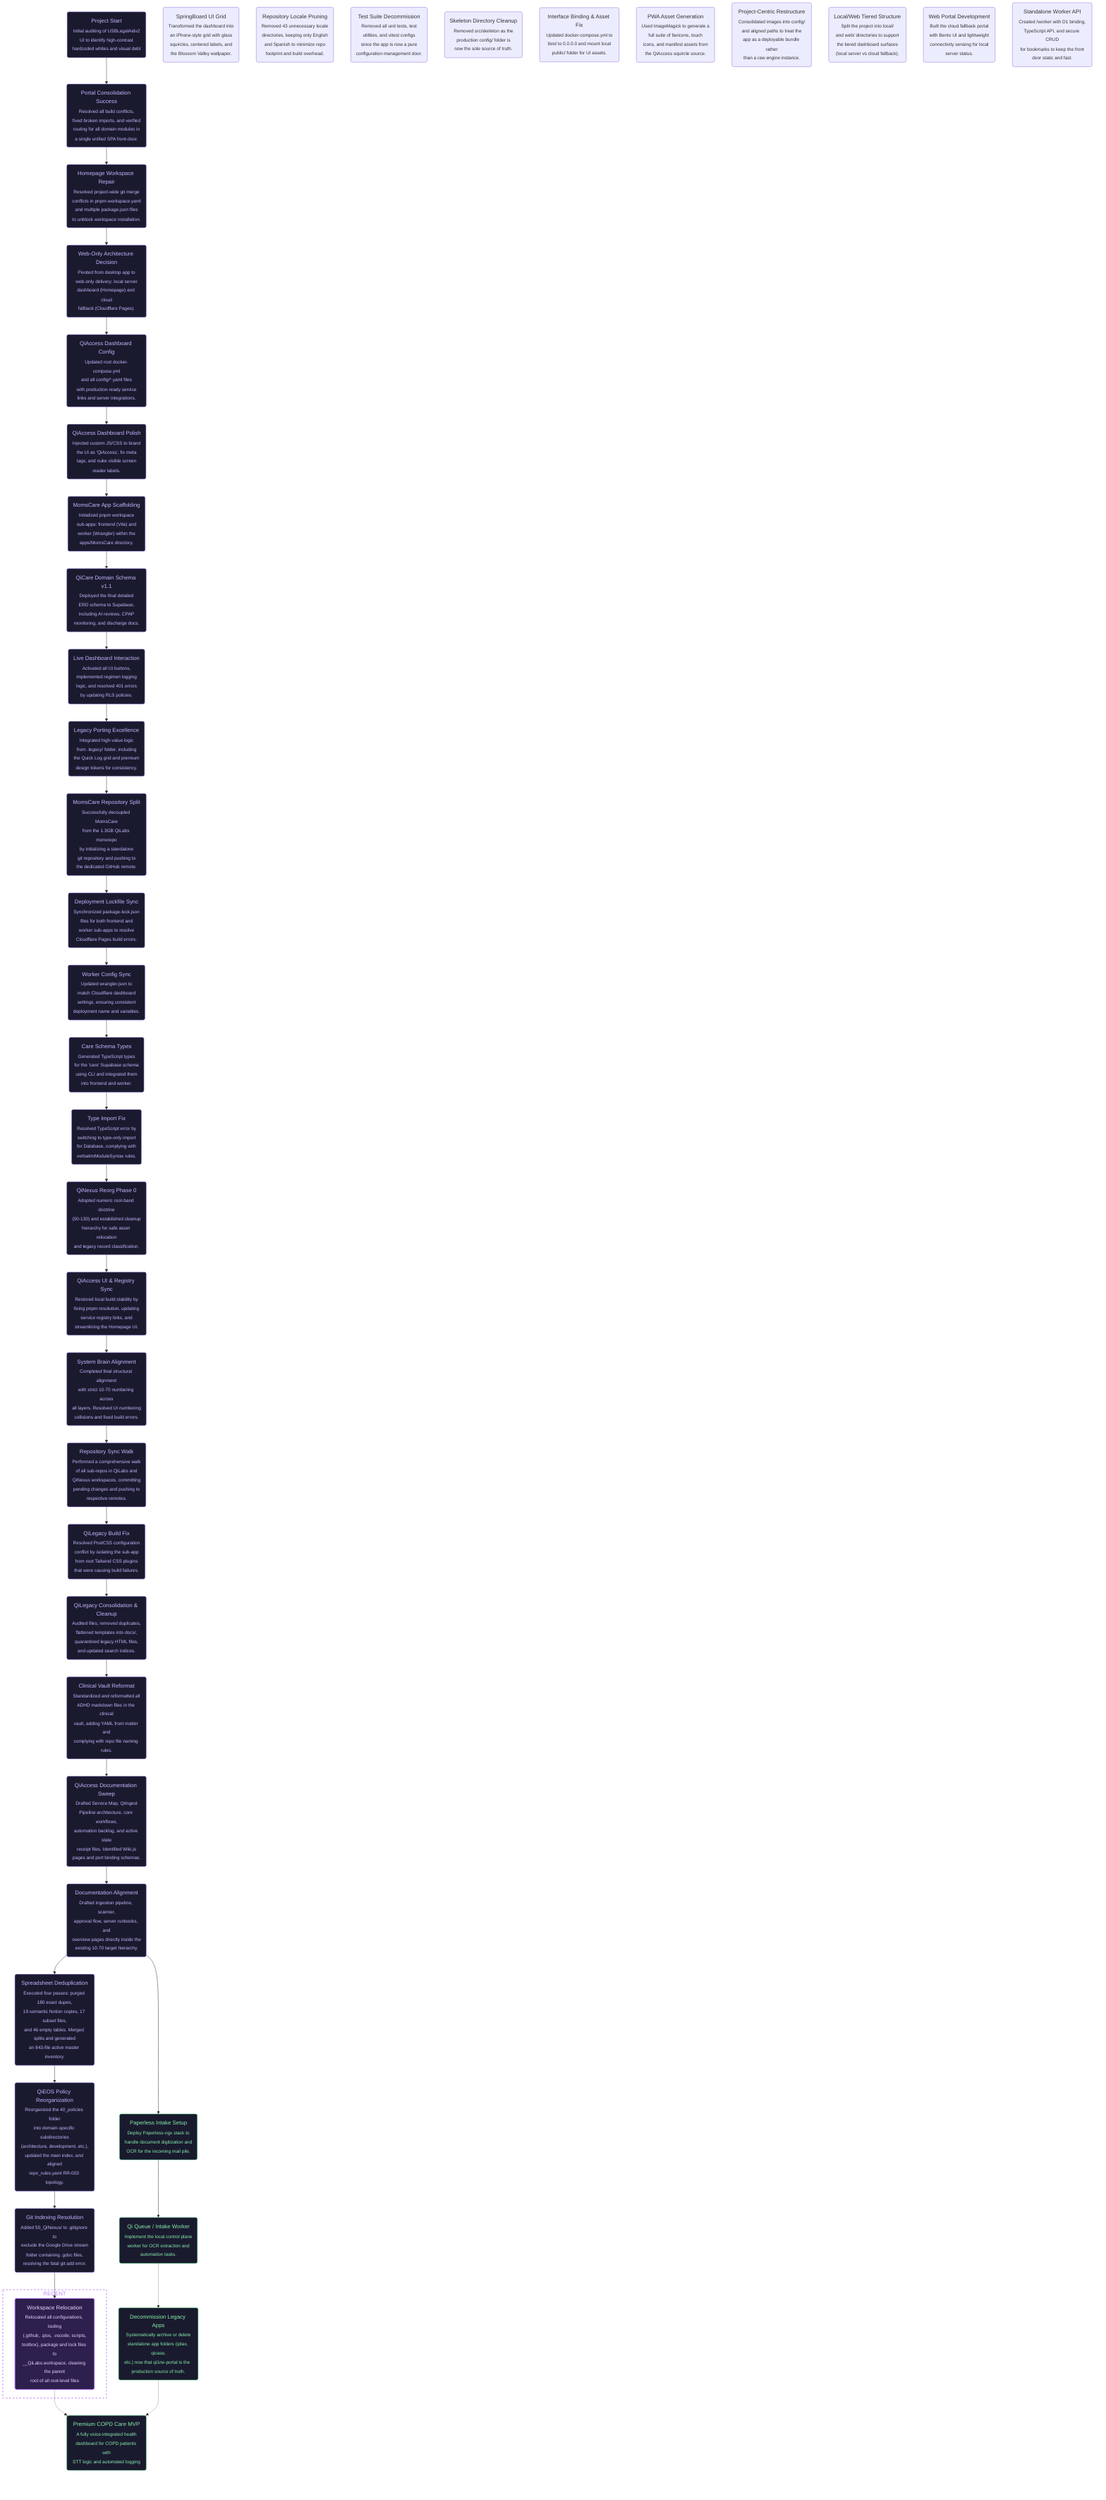
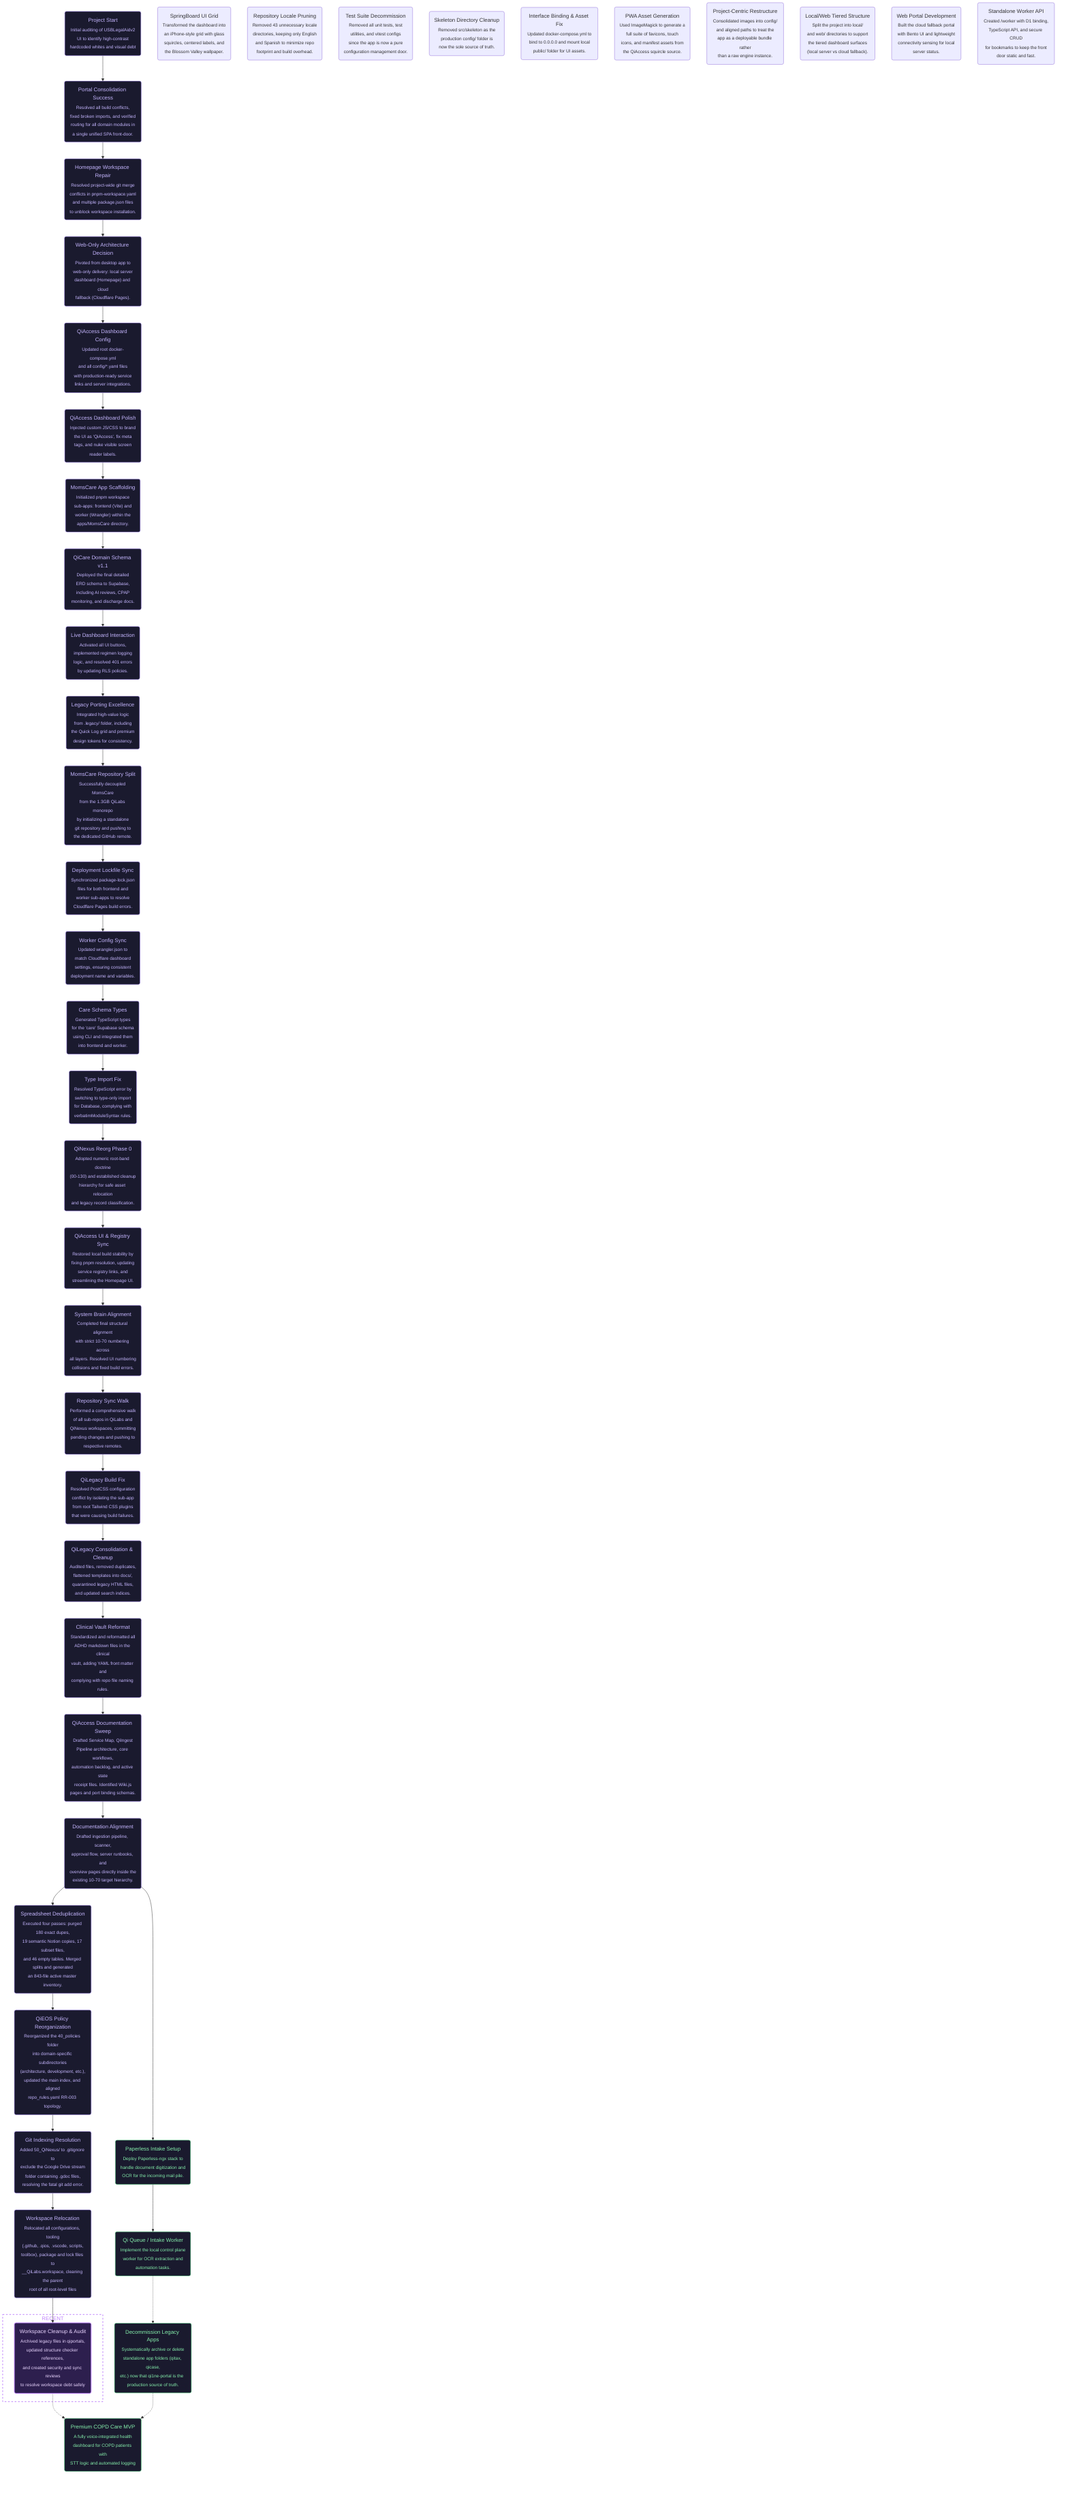
flowchart TD
    %% === PROJECT GOALS ===
    %% Ultimate Goal: Premium Glassmorphic COPD Care MVP (QiHome / Mom Care)
    %% Current Goal: MomsCare MVP Development (Today Screen + Schema)

    %% === START ===
    %% @project_start [start, closed, 2026-04-04, nam]
    project_start("Project Start<br/><sub>Initial auditing of USBLegalAidv2<br/>UI to identify high-contrast<br/>hardcoded whites and visual debt</sub>")

    %% @ultimate_goal [end, opened, 2026-04-09, nam]
    ultimate_goal("Premium COPD Care MVP<br/><sub>A fully voice-integrated health<br/>dashboard for COPD patients with<br/>STT logic and automated logging</sub>")

    %% === COMPLETED WORK ===
    %% @consolidation_success [ai-task, closed, 2026-04-19, nam]
    consolidation_success("Portal Consolidation Success<br/><sub>Resolved all build conflicts,<br/>fixed broken imports, and verified<br/>routing for all domain modules in<br/>a single unified SPA front-door.</sub>")

    %% @homepage_setup [ai-task, closed, 2026-04-21, nam]
    homepage_setup("Homepage Workspace Repair<br/><sub>Resolved project-wide git merge<br/>conflicts in pnpm-workspace.yaml<br/>and multiple package.json files<br/>to unblock workspace installation.</sub>")

    %% @web_only_decision [human-task, closed, 2026-04-21, user]
    web_only_decision("Web-Only Architecture Decision<br/><sub>Pivoted from desktop app to<br/>web-only delivery: local server<br/>dashboard (Homepage) and cloud<br/>fallback (Cloudflare Pages).</sub>")

    %% @homepage_config [ai-task, closed, 2026-04-21, nam]
    homepage_config("QiAccess Dashboard Config<br/><sub>Updated root docker-compose.yml<br/>and all config/*.yaml files<br/>with production-ready service<br/>links and server integrations.</sub>")

    %% @homepage_polish [ai-task, closed, 2026-04-21, nam]
    homepage_polish("QiAccess Dashboard Polish<br/><sub>Injected custom JS/CSS to brand<br/>the UI as 'QiAccess', fix meta<br/>tags, and nuke visible screen<br/>reader labels.</sub>")

    %% @springboard_ui [ai-task, closed, 2026-04-21, nam]
    springboard_ui("SpringBoard UI Grid<br/><sub>Transformed the dashboard into<br/>an iPhone-style grid with glass<br/>squircles, centered labels, and<br/>the Blossom Valley wallpaper.</sub>")

    %% @repo_pruning [ai-task, closed, 2026-04-21, nam]
    repo_pruning("Repository Locale Pruning<br/><sub>Removed 43 unnecessary locale<br/>directories, keeping only English<br/>and Spanish to minimize repo<br/>footprint and build overhead.</sub>")

    %% @test_pruning [ai-task, closed, 2026-04-21, nam]
    test_pruning("Test Suite Decommission<br/><sub>Removed all unit tests, test<br/>utilities, and vitest configs<br/>since the app is now a pure<br/>configuration management door.</sub>")

    %% @skeleton_removal [ai-task, closed, 2026-04-21, nam]
    skeleton_removal("Skeleton Directory Cleanup<br/><sub>Removed src/skeleton as the<br/>production config/ folder is<br/>now the sole source of truth.</sub>")

    %% @compose_v3_fix [ai-task, closed, 2026-04-21, nam]
    compose_v3_fix("Interface Binding & Asset Fix<br/><sub>Updated docker-compose.yml to<br/>bind to 0.0.0.0 and mount local<br/>public/ folder for UI assets.</sub>")

    %% @pwa_asset_generation [ai-task, closed, 2026-04-21, nam]
    pwa_asset_generation("PWA Asset Generation<br/><sub>Used ImageMagick to generate a<br/>full suite of favicons, touch<br/>icons, and manifest assets from<br/>the QiAccess squircle source.</sub>")

    %% @project_centric_restructure [ai-task, closed, 2026-04-21, nam]
    project_centric_restructure("Project-Centric Restructure<br/><sub>Consolidated images into config/<br/>and aligned paths to treat the<br/>app as a deployable bundle rather<br/>than a raw engine instance.</sub>")

    %% @local_web_split [ai-task, closed, 2026-04-21, nam]
    local_web_split("Local/Web Tiered Structure<br/><sub>Split the project into local/<br/>and web/ directories to support<br/>the tiered dashboard surfaces<br/>(local server vs cloud fallback).</sub>")

    %% @web_portal_dev [ai-task, closed, 2026-04-21, nam]
    web_portal_dev("Web Portal Development<br/><sub>Built the cloud fallback portal<br/>with Bento UI and lightweight<br/>connectivity sensing for local<br/>server status.</sub>")

    %% @worker_api_dev [ai-task, closed, 2026-04-21, nam]
    worker_api_dev("Standalone Worker API<br/><sub>Created /worker with D1 binding,<br/>TypeScript API, and secure CRUD<br/>for bookmarks to keep the front<br/>door static and fast.</sub>")

    %% === COMPLETED WORK ===
    %% @moms_care_scaffold [ai-task, closed, 2026-04-21, nam]
    moms_care_scaffold("MomsCare App Scaffolding<br/><sub>Initialized pnpm workspace<br/>sub-apps: frontend (Vite) and<br/>worker (Wrangler) within the<br/>apps/MomsCare directory.</sub>")

    %% @moms_care_schema [ai-task, closed, 2026-04-21, nam]
    moms_care_schema("QiCare Domain Schema v1.1<br/><sub>Deployed the final detailed<br/>ERD schema to Supabase,<br/>including AI reviews, CPAP<br/>monitoring, and discharge docs.</sub>")

    %% @live_dashboard_interaction [ai-task, closed, 2026-04-21, nam]
    live_dashboard_interaction("Live Dashboard Interaction<br/><sub>Activated all UI buttons,<br/>implemented regimen logging<br/>logic, and resolved 401 errors<br/>by updating RLS policies.</sub>")

    %% @legacy_port [ai-task, closed, 2026-04-21, nam]
    legacy_port("Legacy Porting Excellence<br/><sub>Integrated high-value logic<br/>from .legacy/ folder, including<br/>the Quick Log grid and premium<br/>design tokens for consistency.</sub>")

    %% @momscare_repo_split [ai-task, closed, 2026-04-21, nam]
    momscare_repo_split("MomsCare Repository Split<br/><sub>Successfully decoupled MomsCare<br/>from the 1.3GB QiLabs monorepo<br/>by initializing a standalone<br/>git repository and pushing to<br/>the dedicated GitHub remote.</sub>")

    %% @deployment_lockfile_fix [ai-task, closed, 2026-04-21, nam]
    deployment_lockfile_fix("Deployment Lockfile Sync<br/><sub>Synchronized package-lock.json<br/>files for both frontend and<br/>worker sub-apps to resolve<br/>Cloudflare Pages build errors.</sub>")

    %% @worker_config_sync [ai-task, closed, 2026-04-21, nam]
    worker_config_sync("Worker Config Sync<br/><sub>Updated wrangler.json to<br/>match Cloudflare dashboard<br/>settings, ensuring consistent<br/>deployment name and variables.</sub>")

    %% @care_schema_types [ai-task, closed, 2026-04-21, nam]
    care_schema_types("Care Schema Types<br/><sub>Generated TypeScript types<br/>for the 'care' Supabase schema<br/>using CLI and integrated them<br/>into frontend and worker.</sub>")

    %% @type_import_fix [ai-task, closed, 2026-04-21, nam]
    type_import_fix("Type Import Fix<br/><sub>Resolved TypeScript error by<br/>switching to type-only import<br/>for Database, complying with<br/>verbatimModuleSyntax rules.</sub>")

    %% @qinexus_reorg_ph0 [ai-task, closed, 2026-05-10, antigravity]
    qinexus_reorg_ph0("QiNexus Reorg Phase 0<br/><sub>Adopted numeric root-band doctrine<br/>(00-130) and established cleanup<br/>hierarchy for safe asset relocation<br/>and legacy record classification.</sub>")

    %% @qiaccess_ui_repair [ai-task, closed, 2026-05-10, antigravity]
    qiaccess_ui_repair("QiAccess UI & Registry Sync<br/><sub>Restored local build stability by<br/>fixing pnpm resolution, updating<br/>service registry links, and<br/>streamlining the Homepage UI.</sub>")

    %% @brain_alignment_final [ai-task, closed, 2026-05-12, antigravity]
    brain_alignment_final("System Brain Alignment<br/><sub>Completed final structural alignment<br/>with strict 10-70 numbering across<br/>all layers. Resolved UI numbering<br/>collisions and fixed build errors.</sub>")

    %% === COMPLETED WORK ===
    %% @repo_sync_walk [ai-task, closed, 2026-05-15, antigravity]
    repo_sync_walk("Repository Sync Walk<br/><sub>Performed a comprehensive walk<br/>of all sub-repos in QiLabs and<br/>QiNexus workspaces, committing<br/>pending changes and pushing to<br/>respective remotes.</sub>")

    %% @qilegacy_build_fix [ai-task, closed, 2026-05-15, antigravity]
    qilegacy_build_fix("QiLegacy Build Fix<br/><sub>Resolved PostCSS configuration<br/>conflict by isolating the sub-app<br/>from root Tailwind CSS plugins<br/>that were causing build failures.</sub>")

    %% @qilegacy_restructure_cleanup [ai-task, closed, 2026-05-19, antigravity]
    qilegacy_restructure_cleanup("QiLegacy Consolidation & Cleanup<br/><sub>Audited files, removed duplicates,<br/>flattened templates into docs/,<br/>quarantined legacy HTML files,<br/>and updated search indices.</sub>")

    %% @clinical_vault_format [ai-task, closed, 2026-05-24, antigravity]
    clinical_vault_format("Clinical Vault Reformat<br/><sub>Standardized and reformatted all<br/>ADHD markdown files in the clinical<br/>vault, adding YAML front matter and<br/>complying with repo file naming rules.</sub>")

    %% @docs_consolidation [ai-task, closed, 2026-05-26, antigravity]
    docs_consolidation("QiAccess Documentation Sweep<br/><sub>Drafted Service Map, QiIngest<br/>Pipeline architecture, core workflows,<br/>automation backlog, and active state<br/>receipt files. Identified Wiki.js<br/>pages and port binding schemas.</sub>")

    %% @docs_alignment [ai-task, closed, 2026-05-26, antigravity]
    docs_alignment("Documentation Alignment<br/><sub>Drafted ingestion pipeline, scanner,<br/>approval flow, server runbooks, and<br/>overview pages directly inside the<br/>existing 10-70 target hierarchy.</sub>")

    %% @spreadsheet_deduplication [ai-task, closed, 2026-05-26, antigravity]
    spreadsheet_deduplication("Spreadsheet Deduplication<br/><sub>Executed four passes: purged 180 exact dupes,<br/>19 semantic Notion copies, 17 subset files,<br/>and 46 empty tables. Merged splits and generated<br/>an 843-file active master inventory.</sub>")

    %% @policy_reorganization [ai-task, closed, 2026-06-01, antigravity]
    policy_reorganization("QiEOS Policy Reorganization<br/><sub>Reorganized the 40_policies folder<br/>into domain-specific subdirectories<br/>(architecture, development, etc.),<br/>updated the main index, and aligned<br/>repo_rules.yaml RR-003 topology.</sub>")

    %% @git_indexing_fix [ai-task, closed, 2026-06-01, antigravity]
    git_indexing_fix("Git Indexing Resolution<br/><sub>Added 50_QiNexus/ to .gitignore to<br/>exclude the Google Drive stream<br/>folder containing .gdoc files,<br/>resolving the fatal git add error.</sub>")

    %% @workspace_relocation [ai-task, closed, 2026-06-13, antigravity]
    workspace_relocation("Workspace Relocation<br/><sub>Relocated all configurations, tooling<br/>(.github, .qios, .vscode, scripts,<br/>toolbox), package and lock files to<br/>__QiLabs.workspace, cleaning the parent<br/>root of all root-level files</sub>")

+     %% @structure_cleanup [ai-task, closed, 2026-06-15, antigravity]
+     structure_cleanup("Workspace Cleanup & Audit<br/><sub>Archived legacy files in qiportals,<br/>updated structure checker references,<br/>and created security and sync reviews<br/>to resolve workspace debt safely</sub>")
+ 
    %% === RECENT WORK ===
    subgraph recent [RECENT]
-         workspace_relocation
+         structure_cleanup
    end

    %% === FUTURE WORK ===
    %% @paperless_setup [ai-task, opened, 2026-04-21, nam]
    paperless_setup("Paperless Intake Setup<br/><sub>Deploy Paperless-ngx stack to<br/>handle document digitization and<br/>OCR for the incoming mail pile.</sub>")


    %% @qi_queue_worker [ai-task, opened, 2026-04-21, nam]
    qi_queue_worker("Qi Queue / Intake Worker<br/><sub>Implement the local control plane<br/>worker for OCR extraction and<br/>automation tasks.</sub>")

    %% @legacy_cleanup [human-task, opened, 2026-04-19, user]
    legacy_cleanup("Decommission Legacy Apps<br/><sub>Systematically archive or delete<br/>standalone app folders (qitax, qicase,<br/>etc.) now that qi1ne-portal is the  production source of truth.</sub>")

    %% === CONNECTIONS ===
    project_start --> consolidation_success
    consolidation_success --> homepage_setup
    homepage_setup --> web_only_decision
    web_only_decision --> homepage_config
    homepage_config --> homepage_polish
    homepage_polish --> moms_care_scaffold
    moms_care_scaffold --> moms_care_schema
    moms_care_schema --> live_dashboard_interaction
    live_dashboard_interaction --> legacy_port
    legacy_port --> momscare_repo_split
    momscare_repo_split --> deployment_lockfile_fix
    deployment_lockfile_fix --> worker_config_sync
    worker_config_sync --> care_schema_types
    care_schema_types --> type_import_fix
    type_import_fix --> qinexus_reorg_ph0
    qinexus_reorg_ph0 --> qiaccess_ui_repair
    qiaccess_ui_repair --> brain_alignment_final
    brain_alignment_final --> repo_sync_walk
    repo_sync_walk --> qilegacy_build_fix
    qilegacy_build_fix --> qilegacy_restructure_cleanup
    qilegacy_restructure_cleanup --> clinical_vault_format
    clinical_vault_format --> docs_consolidation
    docs_consolidation --> docs_alignment
    docs_alignment --> paperless_setup
    docs_alignment --> spreadsheet_deduplication
    spreadsheet_deduplication --> policy_reorganization
    policy_reorganization --> git_indexing_fix
    paperless_setup --> qi_queue_worker
    qi_queue_worker -.-> legacy_cleanup
    git_indexing_fix --> workspace_relocation
-     workspace_relocation -.-> ultimate_goal
+     workspace_relocation --> structure_cleanup
+     structure_cleanup -.-> ultimate_goal
    legacy_cleanup -.-> ultimate_goal

    %% === STYLES ===
    %% Closed tasks (soft purple)
    style project_start fill:#1a1a2e,stroke:#a78bfa,color:#c4b5fd,stroke-width:1px
    style consolidation_success fill:#1a1a2e,stroke:#a78bfa,color:#c4b5fd,stroke-width:1px
    style homepage_setup fill:#1a1a2e,stroke:#a78bfa,color:#c4b5fd,stroke-width:1px
    style web_only_decision fill:#1a1a2e,stroke:#a78bfa,color:#c4b5fd,stroke-width:1px
    style homepage_config fill:#1a1a2e,stroke:#a78bfa,color:#c4b5fd,stroke-width:1px
    style homepage_polish fill:#1a1a2e,stroke:#a78bfa,color:#c4b5fd,stroke-width:1px
    style moms_care_scaffold fill:#1a1a2e,stroke:#a78bfa,color:#c4b5fd,stroke-width:1px
    style moms_care_schema fill:#1a1a2e,stroke:#a78bfa,color:#c4b5fd,stroke-width:1px
    style live_dashboard_interaction fill:#1a1a2e,stroke:#a78bfa,color:#c4b5fd,stroke-width:1px
    style legacy_port fill:#1a1a2e,stroke:#a78bfa,color:#c4b5fd,stroke-width:1px
    style momscare_repo_split fill:#1a1a2e,stroke:#a78bfa,color:#c4b5fd,stroke-width:1px
    style deployment_lockfile_fix fill:#1a1a2e,stroke:#a78bfa,color:#c4b5fd,stroke-width:1px
    style worker_config_sync fill:#1a1a2e,stroke:#a78bfa,color:#c4b5fd,stroke-width:1px
    style care_schema_types fill:#1a1a2e,stroke:#a78bfa,color:#c4b5fd,stroke-width:1px
    style type_import_fix fill:#1a1a2e,stroke:#a78bfa,color:#c4b5fd,stroke-width:1px
    style qinexus_reorg_ph0 fill:#1a1a2e,stroke:#a78bfa,color:#c4b5fd,stroke-width:1px
    style qiaccess_ui_repair fill:#1a1a2e,stroke:#a78bfa,color:#c4b5fd,stroke-width:1px
    style brain_alignment_final fill:#1a1a2e,stroke:#a78bfa,color:#c4b5fd,stroke-width:1px
    style repo_sync_walk fill:#1a1a2e,stroke:#a78bfa,color:#c4b5fd,stroke-width:1px
    style qilegacy_build_fix fill:#1a1a2e,stroke:#a78bfa,color:#c4b5fd,stroke-width:1px
    style qilegacy_restructure_cleanup fill:#1a1a2e,stroke:#a78bfa,color:#c4b5fd,stroke-width:1px
    style clinical_vault_format fill:#1a1a2e,stroke:#a78bfa,color:#c4b5fd,stroke-width:1px
    style docs_consolidation fill:#1a1a2e,stroke:#a78bfa,color:#c4b5fd,stroke-width:1px
    style docs_alignment fill:#1a1a2e,stroke:#a78bfa,color:#c4b5fd,stroke-width:1px
    style spreadsheet_deduplication fill:#1a1a2e,stroke:#a78bfa,color:#c4b5fd,stroke-width:1px
    style policy_reorganization fill:#1a1a2e,stroke:#a78bfa,color:#c4b5fd,stroke-width:1px
    style git_indexing_fix fill:#1a1a2e,stroke:#a78bfa,color:#c4b5fd,stroke-width:1px
-     style workspace_relocation fill:#2d1f4e,stroke:#c084fc,color:#e9d5ff,stroke-width:2px
+     style workspace_relocation fill:#1a1a2e,stroke:#a78bfa,color:#c4b5fd,stroke-width:1px
+     style structure_cleanup fill:#2d1f4e,stroke:#c084fc,color:#e9d5ff,stroke-width:2px

    %% Recent subgraph (dashed border)
    style recent fill:transparent,stroke:#c084fc,color:#c084fc,stroke-width:2px,stroke-dasharray:5 5

    %% Open tasks (soft green)
    style ultimate_goal fill:#1a1a2e,stroke:#4ade80,color:#86efac,stroke-width:1px
    style legacy_cleanup fill:#1a1a2e,stroke:#4ade80,color:#86efac,stroke-width:1px
    style paperless_setup fill:#1a1a2e,stroke:#4ade80,color:#86efac,stroke-width:1px
    style qi_queue_worker fill:#1a1a2e,stroke:#4ade80,color:#86efac,stroke-width:1px
